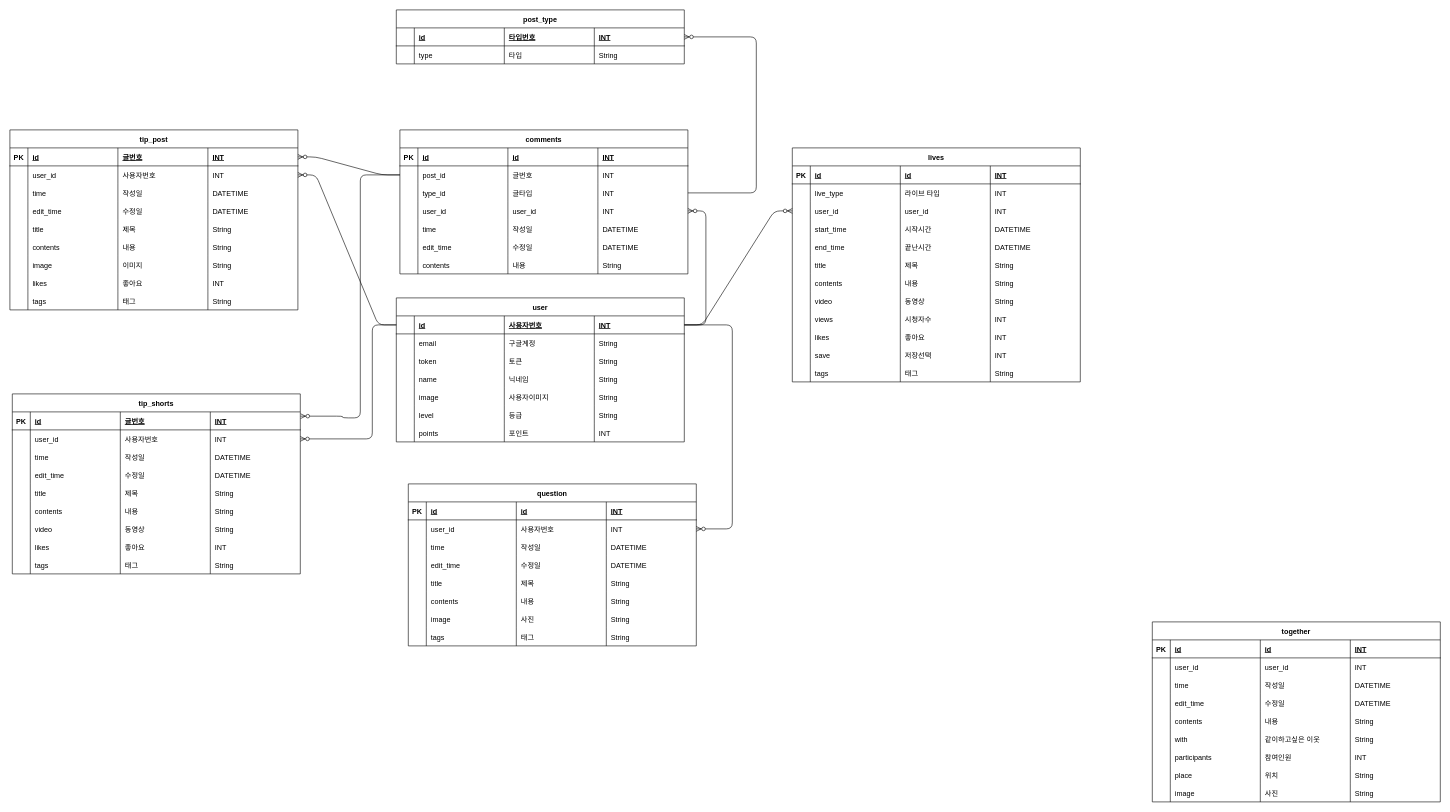
This is Untitled Diagram.drawio from fjwldap/2016726031, a draw.io file, before an edit. Source tidied: cells renumbered, new cells numbered last; positions are measured from the earlier drawing's top-left corner, leaving out a move shared by most shapes. Both pictures are drawn from the tidied source at 60%, with x=0, y=0 at pixel (10, 10).
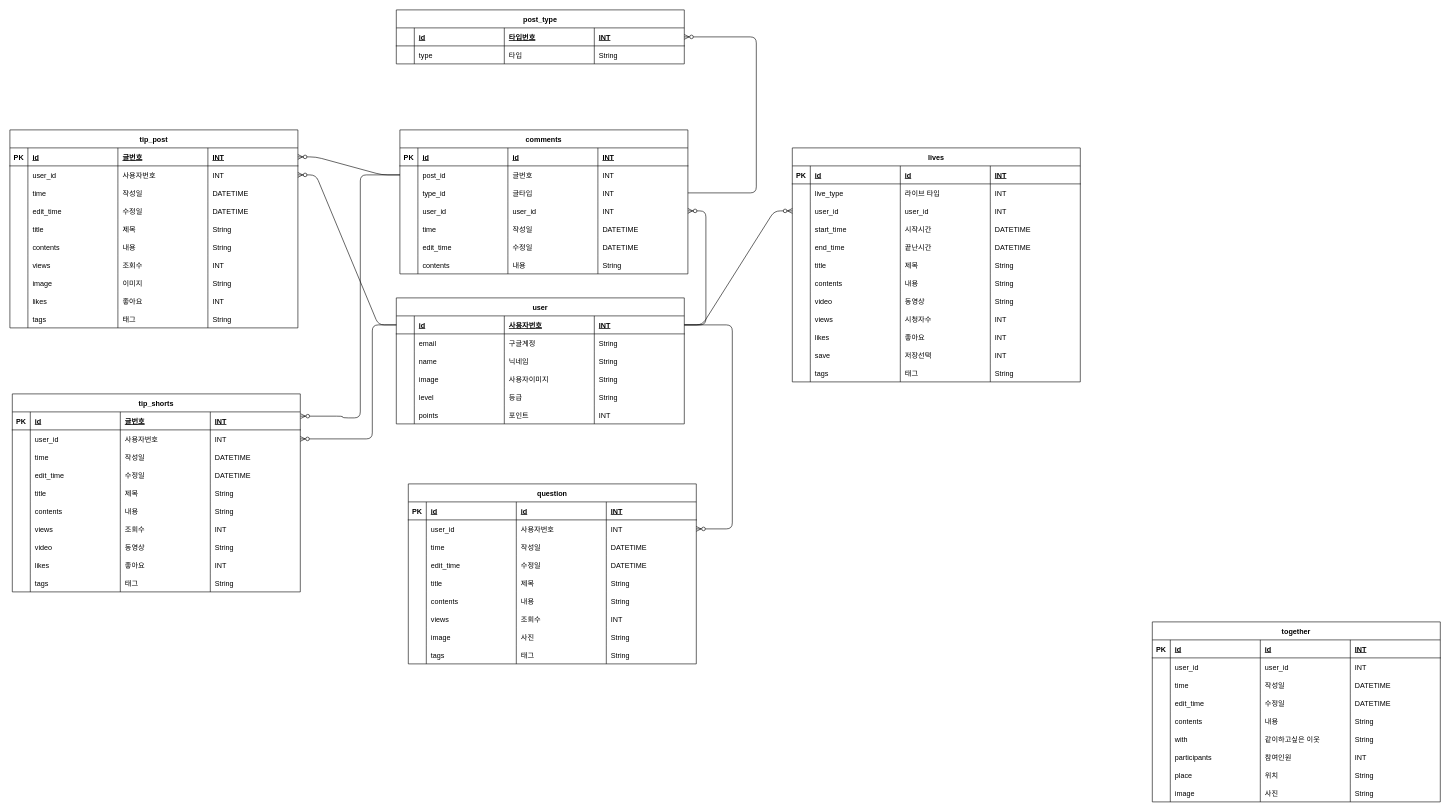
The same diagram, later.

Diff of the diagram source:
```diff
@@
     <mxCell id="2" value="user" style="shape=table;startSize=30;childLayout=tableLayout;rowLines=0;fontStyle=1;align=center;" parent="1" vertex="1">
-      <mxGeometry x="644" y="480" width="480" height="240" as="geometry" />
+      <mxGeometry x="644" y="480" width="480" height="210" as="geometry" />
     </mxCell>
@@
-    <mxCell id="13" style="shape=partialRectangle;fillColor=none;top=0;left=0;bottom=0;right=0;" parent="2" vertex="1">
-      <mxGeometry y="90" width="480" height="30" as="geometry" />
-    </mxCell>
-    <mxCell id="14" style="shape=partialRectangle;fillColor=none;top=0;left=0;bottom=0;right=0;overflow=hidden;" parent="13" vertex="1">
-      <mxGeometry width="30" height="30" as="geometry" />
-    </mxCell>
-    <mxCell id="15" value="token" style="shape=partialRectangle;fillColor=none;top=0;left=0;bottom=0;right=0;align=left;spacingLeft=6;overflow=hidden;" parent="13" vertex="1">
-      <mxGeometry x="30" width="150" height="30" as="geometry" />
-    </mxCell>
-    <mxCell id="16" value="토큰" style="shape=partialRectangle;fillColor=none;top=0;left=0;bottom=0;right=0;align=left;spacingLeft=6;overflow=hidden;" parent="13" vertex="1">
-      <mxGeometry x="180" width="150" height="30" as="geometry" />
-    </mxCell>
-    <mxCell id="17" value="String" style="shape=partialRectangle;fillColor=none;top=0;left=0;bottom=0;right=0;align=left;spacingLeft=6;overflow=hidden;" parent="13" vertex="1">
-      <mxGeometry x="330" width="150" height="30" as="geometry" />
-    </mxCell>
     <mxCell id="18" style="shape=partialRectangle;fillColor=none;top=0;left=0;bottom=0;right=0;" parent="2" vertex="1">
-      <mxGeometry y="120" width="480" height="30" as="geometry" />
+      <mxGeometry y="90" width="480" height="30" as="geometry" />
     </mxCell>
@@
     <mxCell id="23" style="shape=partialRectangle;fillColor=none;top=0;left=0;bottom=0;right=0;" parent="2" vertex="1">
-      <mxGeometry y="150" width="480" height="30" as="geometry" />
+      <mxGeometry y="120" width="480" height="30" as="geometry" />
     </mxCell>
@@
     <mxCell id="28" style="shape=partialRectangle;fillColor=none;top=0;left=0;bottom=0;right=0;" parent="2" vertex="1">
-      <mxGeometry y="180" width="480" height="30" as="geometry" />
+      <mxGeometry y="150" width="480" height="30" as="geometry" />
     </mxCell>
@@
     <mxCell id="33" style="shape=partialRectangle;fillColor=none;top=0;left=0;bottom=0;right=0;" parent="2" vertex="1">
-      <mxGeometry y="210" width="480" height="30" as="geometry" />
+      <mxGeometry y="180" width="480" height="30" as="geometry" />
     </mxCell>
@@
     <mxCell id="38" value="tip_post" style="shape=table;startSize=30;childLayout=tableLayout;rowLines=0;fontStyle=1;align=center;" parent="1" vertex="1">
-      <mxGeometry y="200" width="480" height="300" as="geometry" />
+      <mxGeometry y="200" width="480" height="330" as="geometry" />
     </mxCell>
@@
+    <mxCell id="333" style="shape=partialRectangle;fillColor=none;top=0;left=0;bottom=0;right=0;" parent="38" vertex="1">
+      <mxGeometry y="210" width="480" height="30" as="geometry" />
+    </mxCell>
+    <mxCell id="334" style="shape=partialRectangle;fillColor=none;top=0;left=0;bottom=0;right=0;overflow=hidden;" parent="333" vertex="1">
+      <mxGeometry width="30" height="30" as="geometry" />
+    </mxCell>
+    <mxCell id="335" value="views" style="shape=partialRectangle;fillColor=none;top=0;left=0;bottom=0;right=0;align=left;spacingLeft=6;overflow=hidden;" parent="333" vertex="1">
+      <mxGeometry x="30" width="150" height="30" as="geometry" />
+    </mxCell>
+    <mxCell id="336" value="조회수" style="shape=partialRectangle;fillColor=none;top=0;left=0;bottom=0;right=0;align=left;spacingLeft=6;overflow=hidden;" parent="333" vertex="1">
+      <mxGeometry x="180" width="150" height="30" as="geometry" />
+    </mxCell>
+    <mxCell id="337" value="INT" style="shape=partialRectangle;fillColor=none;top=0;left=0;bottom=0;right=0;align=left;spacingLeft=6;overflow=hidden;" parent="333" vertex="1">
+      <mxGeometry x="330" width="150" height="30" as="geometry" />
+    </mxCell>
     <mxCell id="69" style="shape=partialRectangle;fillColor=none;top=0;left=0;bottom=0;right=0;" parent="38" vertex="1">
-      <mxGeometry y="210" width="480" height="30" as="geometry" />
+      <mxGeometry y="240" width="480" height="30" as="geometry" />
     </mxCell>
@@
     <mxCell id="74" style="shape=partialRectangle;fillColor=none;top=0;left=0;bottom=0;right=0;" parent="38" vertex="1">
-      <mxGeometry y="240" width="480" height="30" as="geometry" />
+      <mxGeometry y="270" width="480" height="30" as="geometry" />
     </mxCell>
@@
     <mxCell id="79" style="shape=partialRectangle;fillColor=none;top=0;left=0;bottom=0;right=0;" parent="38" vertex="1">
-      <mxGeometry y="270" width="480" height="30" as="geometry" />
+      <mxGeometry y="300" width="480" height="30" as="geometry" />
     </mxCell>
@@
     <mxCell id="120" value="question" style="shape=table;startSize=30;childLayout=tableLayout;rowLines=0;fontStyle=1;align=center;" parent="1" vertex="1">
-      <mxGeometry x="664" y="790" width="480" height="270" as="geometry" />
+      <mxGeometry x="664" y="790" width="480" height="300" as="geometry" />
     </mxCell>
@@
+    <mxCell id="338" style="shape=partialRectangle;fillColor=none;top=0;left=0;bottom=0;right=0;" parent="120" vertex="1">
+      <mxGeometry y="210" width="480" height="30" as="geometry" />
+    </mxCell>
+    <mxCell id="339" style="shape=partialRectangle;fillColor=none;top=0;left=0;bottom=0;right=0;overflow=hidden;" parent="338" vertex="1">
+      <mxGeometry width="30" height="30" as="geometry" />
+    </mxCell>
+    <mxCell id="340" value="views" style="shape=partialRectangle;fillColor=none;top=0;left=0;bottom=0;right=0;align=left;spacingLeft=6;overflow=hidden;" parent="338" vertex="1">
+      <mxGeometry x="30" width="150" height="30" as="geometry" />
+    </mxCell>
+    <mxCell id="341" value="조회수" style="shape=partialRectangle;fillColor=none;top=0;left=0;bottom=0;right=0;align=left;spacingLeft=6;overflow=hidden;" parent="338" vertex="1">
+      <mxGeometry x="180" width="150" height="30" as="geometry" />
+    </mxCell>
+    <mxCell id="342" value="INT" style="shape=partialRectangle;fillColor=none;top=0;left=0;bottom=0;right=0;align=left;spacingLeft=6;overflow=hidden;" parent="338" vertex="1">
+      <mxGeometry x="330" width="150" height="30" as="geometry" />
+    </mxCell>
     <mxCell id="151" style="shape=partialRectangle;fillColor=none;top=0;left=0;bottom=0;right=0;" parent="120" vertex="1">
-      <mxGeometry y="210" width="480" height="30" as="geometry" />
+      <mxGeometry y="240" width="480" height="30" as="geometry" />
     </mxCell>
@@
     <mxCell id="156" style="shape=partialRectangle;fillColor=none;top=0;left=0;bottom=0;right=0;" parent="120" vertex="1">
-      <mxGeometry y="240" width="480" height="30" as="geometry" />
+      <mxGeometry y="270" width="480" height="30" as="geometry" />
     </mxCell>
@@
     <mxCell id="273" value="tip_shorts" style="shape=table;startSize=30;childLayout=tableLayout;rowLines=0;fontStyle=1;align=center;" parent="1" vertex="1">
-      <mxGeometry x="4" y="640" width="480" height="300" as="geometry" />
+      <mxGeometry x="4" y="640" width="480" height="330" as="geometry" />
     </mxCell>
@@
+    <mxCell id="343" style="shape=partialRectangle;fillColor=none;top=0;left=0;bottom=0;right=0;" parent="273" vertex="1">
+      <mxGeometry y="210" width="480" height="30" as="geometry" />
+    </mxCell>
+    <mxCell id="344" style="shape=partialRectangle;fillColor=none;top=0;left=0;bottom=0;right=0;overflow=hidden;" parent="343" vertex="1">
+      <mxGeometry width="30" height="30" as="geometry" />
+    </mxCell>
+    <mxCell id="345" value="views" style="shape=partialRectangle;fillColor=none;top=0;left=0;bottom=0;right=0;align=left;spacingLeft=6;overflow=hidden;" parent="343" vertex="1">
+      <mxGeometry x="30" width="150" height="30" as="geometry" />
+    </mxCell>
+    <mxCell id="346" value="조회수" style="shape=partialRectangle;fillColor=none;top=0;left=0;bottom=0;right=0;align=left;spacingLeft=6;overflow=hidden;" parent="343" vertex="1">
+      <mxGeometry x="180" width="150" height="30" as="geometry" />
+    </mxCell>
+    <mxCell id="347" value="INT" style="shape=partialRectangle;fillColor=none;top=0;left=0;bottom=0;right=0;align=left;spacingLeft=6;overflow=hidden;" parent="343" vertex="1">
+      <mxGeometry x="330" width="150" height="30" as="geometry" />
+    </mxCell>
     <mxCell id="304" style="shape=partialRectangle;fillColor=none;top=0;left=0;bottom=0;right=0;" parent="273" vertex="1">
-      <mxGeometry y="210" width="480" height="30" as="geometry" />
+      <mxGeometry y="240" width="480" height="30" as="geometry" />
     </mxCell>
@@
     <mxCell id="309" style="shape=partialRectangle;fillColor=none;top=0;left=0;bottom=0;right=0;" parent="273" vertex="1">
-      <mxGeometry y="240" width="480" height="30" as="geometry" />
+      <mxGeometry y="270" width="480" height="30" as="geometry" />
     </mxCell>
@@
     <mxCell id="314" style="shape=partialRectangle;fillColor=none;top=0;left=0;bottom=0;right=0;" parent="273" vertex="1">
-      <mxGeometry y="270" width="480" height="30" as="geometry" />
+      <mxGeometry y="300" width="480" height="30" as="geometry" />
     </mxCell>
```
